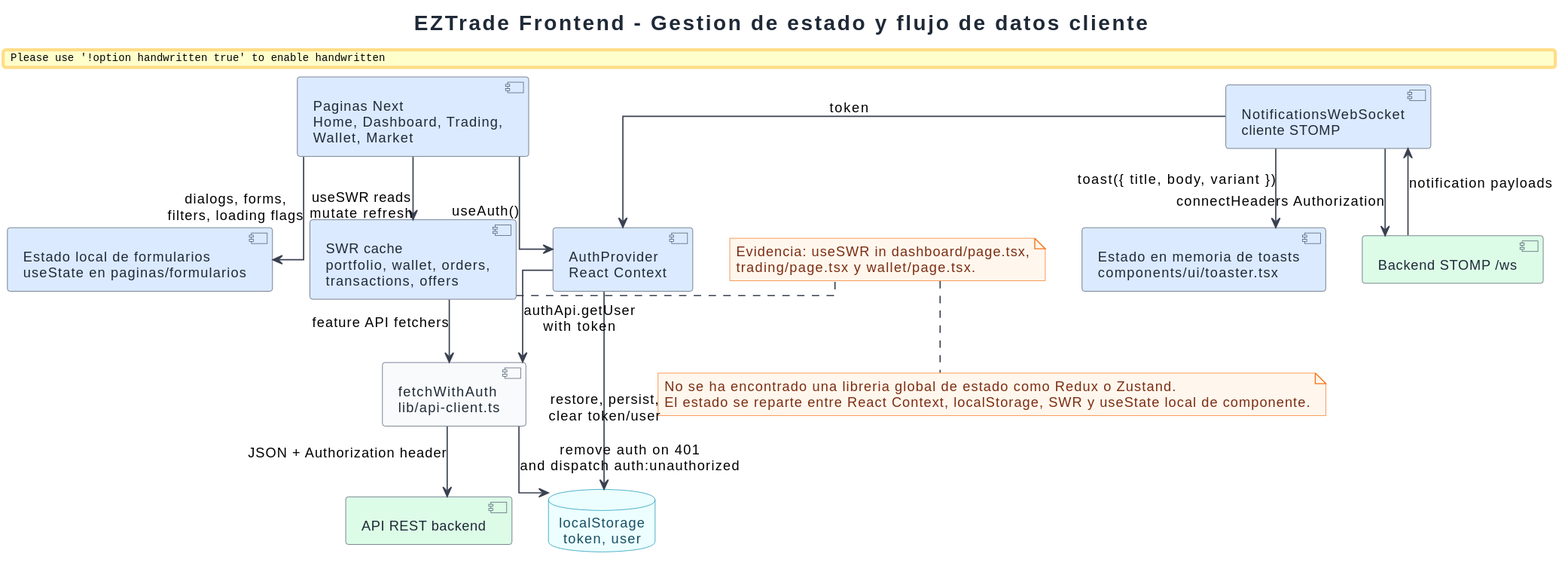
SergioGarciaRuiz557/EZTrade keeps this PlantUML diagram as EZTrade/docs/engineering-diagrams/03-frontend/rendered/frontend-state-management.svg. Above is the earlier version.
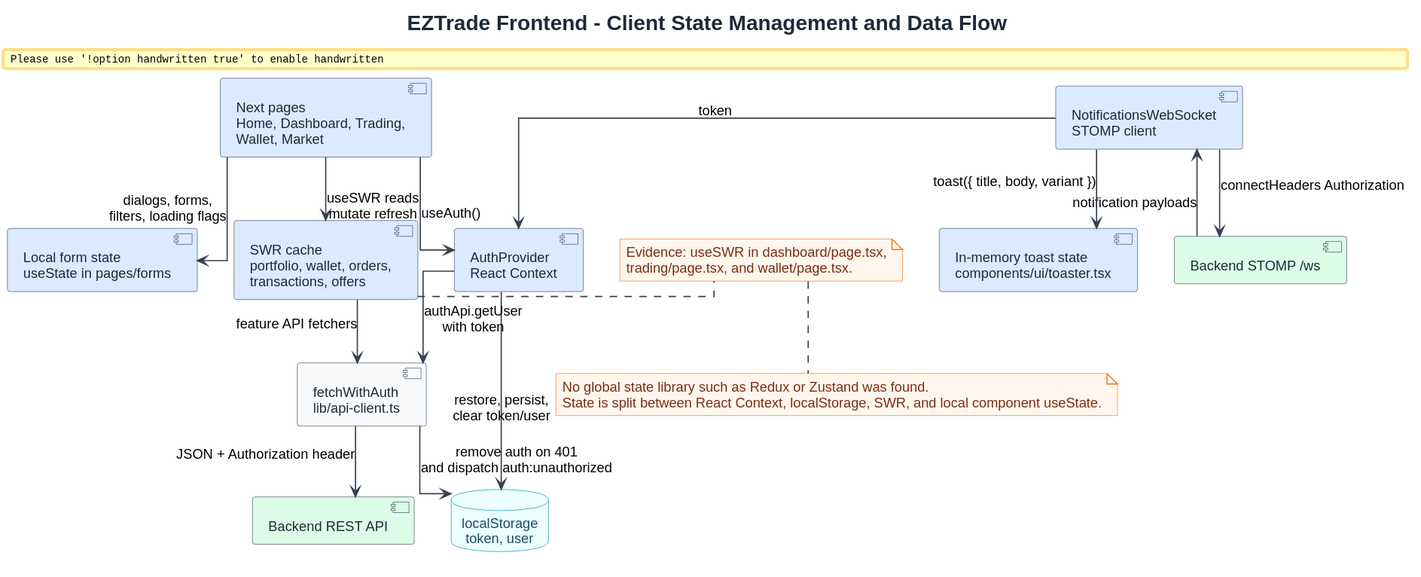
The same file after the commit.

Change to the diagram source:
```diff
@@ -1,17 +1,17 @@
 @startuml
 !include ../../common/eztrade-style.puml
 
-title EZTrade Frontend - Gestion de estado y flujo de datos cliente
+title EZTrade Frontend - Client State Management and Data Flow
 
 component "AuthProvider\nReact Context" as AuthProvider EZ_FRONTEND
 database "localStorage\n token, user" as LocalStorage EZ_DB
 component "fetchWithAuth\nlib/api-client.ts" as FetchClient
 component "SWR cache\nportfolio, wallet, orders,\ntransactions, offers" as SwrCache EZ_FRONTEND
-component "Estado local de formularios\nuseState en paginas/formularios" as LocalState EZ_FRONTEND
-component "Paginas Next\nHome, Dashboard, Trading,\nWallet, Market" as Pages EZ_FRONTEND
-component "NotificationsWebSocket\ncliente STOMP" as WsClient EZ_FRONTEND
-component "Estado en memoria de toasts\ncomponents/ui/toaster.tsx" as ToastState EZ_FRONTEND
-component "API REST backend" as RestApi EZ_BACKEND
+component "Local form state\nuseState in pages/forms" as LocalState EZ_FRONTEND
+component "Next pages\nHome, Dashboard, Trading,\nWallet, Market" as Pages EZ_FRONTEND
+component "NotificationsWebSocket\nSTOMP client" as WsClient EZ_FRONTEND
+component "In-memory toast state\ncomponents/ui/toaster.tsx" as ToastState EZ_FRONTEND
+component "Backend REST API" as RestApi EZ_BACKEND
 component "Backend STOMP /ws" as StompApi EZ_BACKEND
 
 AuthProvider --> LocalStorage : restore, persist,\nclear token/user
@@ -28,12 +28,12 @@
 WsClient --> ToastState : toast({ title, body, variant })
 
 note right of SwrCache
-Evidencia: useSWR in dashboard/page.tsx,
-trading/page.tsx y wallet/page.tsx.
+Evidence: useSWR in dashboard/page.tsx,
+trading/page.tsx, and wallet/page.tsx.
 end note
 
 note bottom
-No se ha encontrado una libreria global de estado como Redux o Zustand.
-El estado se reparte entre React Context, localStorage, SWR y useState local de componente.
+No global state library such as Redux or Zustand was found.
+State is split between React Context, localStorage, SWR, and local component useState.
 end note
 @enduml
```
